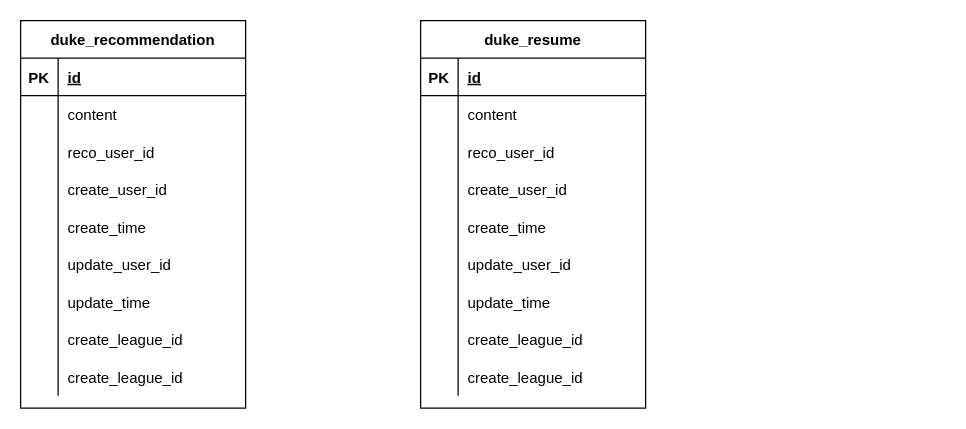
Earlier version of the draw.io diagram dukeRED.drawio (JohntunLiu/diagrams). Source tidied: cells renumbered, new cells numbered last; positions are measured from the earlier drawing's top-left corner, leaving out a move shared by most shapes. Both pictures are drawn from the tidied source at 125%, with x=0, y=0 at pixel (20, 20).
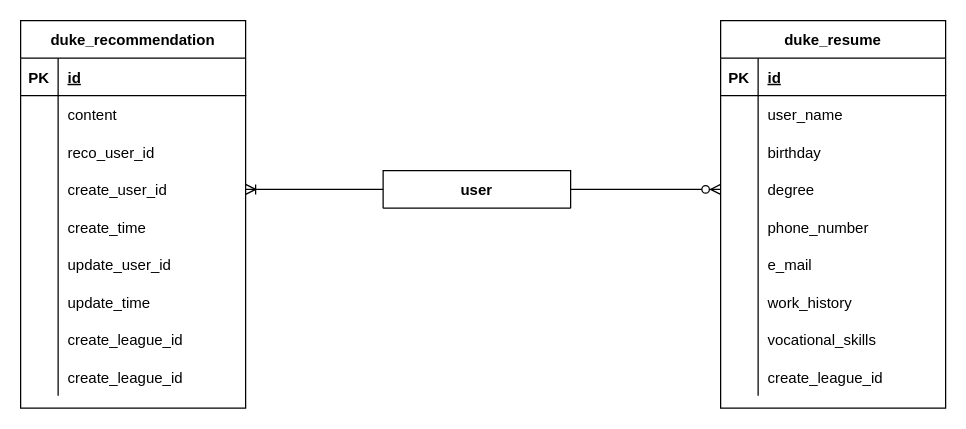
The same diagram, later.

The change refers to these unchanged cells:
```xml
<mxCell id="12" style="shape=tableRow;horizontal=0;startSize=0;swimlaneHead=0;swimlaneBody=0;fillColor=none;points=[[0,0.5],[1,0.5]];portConstraint=eastwest;top=0;left=0;right=0;bottom=0;" parent="2" vertex="1">
  <mxGeometry y="120" width="180" height="30" as="geometry" />
</mxCell>
<mxCell id="34" style="shape=tableRow;horizontal=0;startSize=0;swimlaneHead=0;swimlaneBody=0;fillColor=none;top=0;left=0;right=0;bottom=0;" parent="30" vertex="1">
  <mxGeometry y="60" width="180" height="30" as="geometry" />
</mxCell>
<mxCell id="37" style="shape=tableRow;horizontal=0;startSize=0;swimlaneHead=0;swimlaneBody=0;fillColor=none;top=0;left=0;right=0;bottom=0;" parent="30" vertex="1">
  <mxGeometry y="90" width="180" height="30" as="geometry" />
</mxCell>
<mxCell id="40" style="shape=tableRow;horizontal=0;startSize=0;swimlaneHead=0;swimlaneBody=0;fillColor=none;points=[[0,0.5],[1,0.5]];portConstraint=eastwest;top=0;left=0;right=0;bottom=0;" parent="30" vertex="1">
  <mxGeometry y="120" width="180" height="30" as="geometry" />
</mxCell>
<mxCell id="43" style="shape=tableRow;horizontal=0;startSize=0;swimlaneHead=0;swimlaneBody=0;fillColor=none;top=0;left=0;right=0;bottom=0;" parent="30" vertex="1">
  <mxGeometry y="150" width="180" height="30" as="geometry" />
</mxCell>
<mxCell id="46" style="shape=tableRow;horizontal=0;startSize=0;swimlaneHead=0;swimlaneBody=0;fillColor=none;top=0;left=0;right=0;bottom=0;" parent="30" vertex="1">
  <mxGeometry y="180" width="180" height="30" as="geometry" />
</mxCell>
<mxCell id="49" style="shape=tableRow;horizontal=0;startSize=0;swimlaneHead=0;swimlaneBody=0;fillColor=none;top=0;left=0;right=0;bottom=0;" parent="30" vertex="1">
  <mxGeometry y="210" width="180" height="30" as="geometry" />
</mxCell>
<mxCell id="52" style="shape=tableRow;horizontal=0;startSize=0;swimlaneHead=0;swimlaneBody=0;fillColor=none;top=0;left=0;right=0;bottom=0;" parent="30" vertex="1">
  <mxGeometry y="240" width="180" height="30" as="geometry" />
</mxCell>
```

The edit, as a diff of the source:
```diff
@@
     <mxCell id="30" value="duke_resume" style="shape=table;startSize=30;childLayout=tableLayout;rowLines=0;fontStyle=1;align=center;" parent="1" vertex="1">
-      <mxGeometry x="320" width="180" height="310" as="geometry" />
+      <mxGeometry x="560" width="180" height="310" as="geometry" />
     </mxCell>
@@
-    <mxCell id="36" value="content" style="shape=partialRectangle;fillColor=none;top=0;left=0;bottom=0;right=0;align=left;spacingLeft=6;overflow=hidden;" parent="34" vertex="1">
+    <mxCell id="36" value="user_name" style="shape=partialRectangle;fillColor=none;top=0;left=0;bottom=0;right=0;align=left;spacingLeft=6;overflow=hidden;" parent="34" vertex="1">
       <mxGeometry x="30" width="150" height="30" as="geometry" />
     </mxCell>
@@
-    <mxCell id="39" value="reco_user_id" style="shape=partialRectangle;fillColor=none;top=0;left=0;bottom=0;right=0;align=left;spacingLeft=6;overflow=hidden;" parent="37" vertex="1">
+    <mxCell id="39" value="birthday" style="shape=partialRectangle;fillColor=none;top=0;left=0;bottom=0;right=0;align=left;spacingLeft=6;overflow=hidden;" parent="37" vertex="1">
       <mxGeometry x="30" width="150" height="30" as="geometry" />
     </mxCell>
@@
-    <mxCell id="42" value="create_user_id" style="shape=partialRectangle;fillColor=none;top=0;left=0;bottom=0;right=0;align=left;spacingLeft=6;overflow=hidden;" parent="40" vertex="1">
+    <mxCell id="42" value="degree" style="shape=partialRectangle;fillColor=none;top=0;left=0;bottom=0;right=0;align=left;spacingLeft=6;overflow=hidden;" parent="40" vertex="1">
       <mxGeometry x="30" width="150" height="30" as="geometry" />
     </mxCell>
@@
-    <mxCell id="45" value="create_time" style="shape=partialRectangle;fillColor=none;top=0;left=0;bottom=0;right=0;align=left;spacingLeft=6;overflow=hidden;" parent="43" vertex="1">
+    <mxCell id="45" value="phone_number" style="shape=partialRectangle;fillColor=none;top=0;left=0;bottom=0;right=0;align=left;spacingLeft=6;overflow=hidden;" parent="43" vertex="1">
       <mxGeometry x="30" width="150" height="30" as="geometry" />
     </mxCell>
@@
-    <mxCell id="48" value="update_user_id" style="shape=partialRectangle;fillColor=none;top=0;left=0;bottom=0;right=0;align=left;spacingLeft=6;overflow=hidden;" parent="46" vertex="1">
+    <mxCell id="48" value="e_mail" style="shape=partialRectangle;fillColor=none;top=0;left=0;bottom=0;right=0;align=left;spacingLeft=6;overflow=hidden;" parent="46" vertex="1">
       <mxGeometry x="30" width="150" height="30" as="geometry" />
     </mxCell>
@@
-    <mxCell id="51" value="update_time" style="shape=partialRectangle;fillColor=none;top=0;left=0;bottom=0;right=0;align=left;spacingLeft=6;overflow=hidden;" parent="49" vertex="1">
+    <mxCell id="51" value="work_history" style="shape=partialRectangle;fillColor=none;top=0;left=0;bottom=0;right=0;align=left;spacingLeft=6;overflow=hidden;" parent="49" vertex="1">
       <mxGeometry x="30" width="150" height="30" as="geometry" />
     </mxCell>
@@
-    <mxCell id="54" value="create_league_id" style="shape=partialRectangle;fillColor=none;top=0;left=0;bottom=0;right=0;align=left;spacingLeft=6;overflow=hidden;" parent="52" vertex="1">
+    <mxCell id="54" value="vocational_skills" style="shape=partialRectangle;fillColor=none;top=0;left=0;bottom=0;right=0;align=left;spacingLeft=6;overflow=hidden;" parent="52" vertex="1">
       <mxGeometry x="30" width="150" height="30" as="geometry" />
     </mxCell>
@@
+    <mxCell id="58" value="user" style="shape=table;startSize=30;childLayout=tableLayout;rowLines=0;fontStyle=1;align=center;" parent="1" vertex="1" collapsed="1">
+      <mxGeometry x="290" y="120" width="150" height="30" as="geometry" />
+    </mxCell>
+    <mxCell id="59" style="edgeStyle=entityRelationEdgeStyle;fontSize=12;html=1;endArrow=ERoneToMany;rounded=0;entryX=1;entryY=0.5;entryDx=0;entryDy=0;exitX=0;exitY=0.5;exitDx=0;exitDy=0;" parent="1" edge="1" source="58" target="12">
+      <mxGeometry relative="1" as="geometry" />
+    </mxCell>
+    <mxCell id="60" style="edgeStyle=entityRelationEdgeStyle;fontSize=12;html=1;endArrow=ERzeroToMany;endFill=1;rounded=0;exitX=1;exitY=0.5;exitDx=0;exitDy=0;entryX=0;entryY=0.5;entryDx=0;entryDy=0;" parent="1" edge="1" source="58" target="40">
+      <mxGeometry relative="1" as="geometry" />
+    </mxCell>
```
